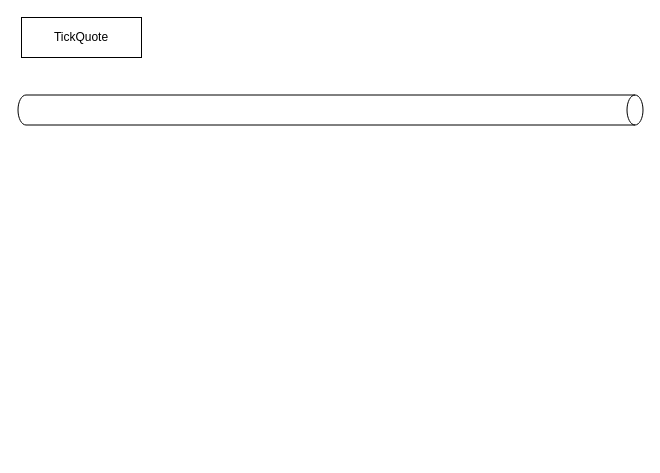
This is ctp-architech.drawio from kylindai/draw.io, a draw.io file, before an edit. Source tidied: cells renumbered, new cells numbered last; positions are measured from the earlier drawing's top-left corner, leaving out a move shared by most shapes. Both pictures are drawn from the tidied source at 100%, with x=0, y=0 at pixel (21, -203).
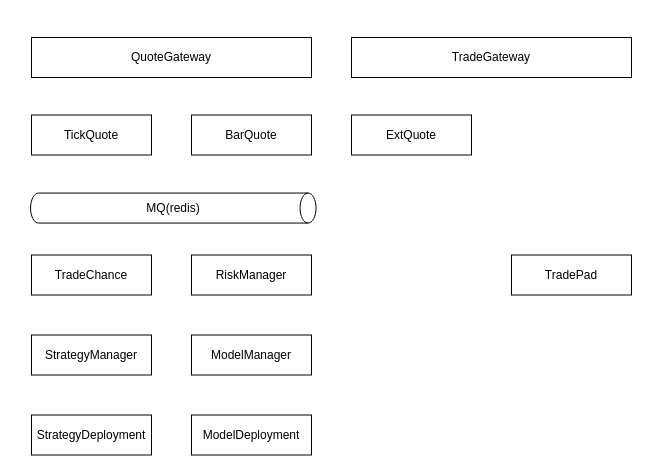
The same diagram, later.

What changed in the source:
```diff
@@
 <mxGraphModel>
   <root>
     <mxCell id="0" />
     <mxCell id="1" parent="0" />
     <mxCell id="2" value="TickQuote" style="rounded=0;whiteSpace=wrap;html=1;" parent="1" vertex="1">
-      <mxGeometry y="220" width="120" height="40" as="geometry" />
+      <mxGeometry x="10" y="317.5" width="120" height="40" as="geometry" />
     </mxCell>
     <mxCell id="3" style="shape=cylinder3;whiteSpace=wrap;html=1;boundedLbl=1;backgroundOutline=1;size=8;rotation=90;" parent="1" vertex="1">
-      <mxGeometry x="294" width="30" height="625" as="geometry" />
+      <mxGeometry x="136.8" y="267.8" width="30" height="285.5" as="geometry" />
     </mxCell>
+    <mxCell id="4" value="MQ(redis)" style="text;html=1;strokeColor=none;fillColor=none;align=center;verticalAlign=middle;whiteSpace=wrap;rounded=0;" parent="1" vertex="1">
+      <mxGeometry x="121.8" y="395.5" width="60" height="30" as="geometry" />
+    </mxCell>
+    <mxCell id="5" value="BarQuote" style="rounded=0;whiteSpace=wrap;html=1;" parent="1" vertex="1">
+      <mxGeometry x="170" y="317.5" width="120" height="40" as="geometry" />
+    </mxCell>
+    <mxCell id="6" value="TradeChance" style="rounded=0;whiteSpace=wrap;html=1;" parent="1" vertex="1">
+      <mxGeometry x="10" y="457.5" width="120" height="40" as="geometry" />
+    </mxCell>
+    <mxCell id="7" value="ExtQuote" style="rounded=0;whiteSpace=wrap;html=1;" parent="1" vertex="1">
+      <mxGeometry x="330" y="317.5" width="120" height="40" as="geometry" />
+    </mxCell>
+    <mxCell id="8" value="RiskManager" style="rounded=0;whiteSpace=wrap;html=1;" parent="1" vertex="1">
+      <mxGeometry x="170" y="457.5" width="120" height="40" as="geometry" />
+    </mxCell>
+    <mxCell id="9" value="StrategyManager" style="rounded=0;whiteSpace=wrap;html=1;" parent="1" vertex="1">
+      <mxGeometry x="10" y="537.5" width="120" height="40" as="geometry" />
+    </mxCell>
+    <mxCell id="10" value="StrategyDeployment" style="rounded=0;whiteSpace=wrap;html=1;" parent="1" vertex="1">
+      <mxGeometry x="10" y="617.5" width="120" height="40" as="geometry" />
+    </mxCell>
+    <mxCell id="11" value="ModelManager" style="rounded=0;whiteSpace=wrap;html=1;" parent="1" vertex="1">
+      <mxGeometry x="170" y="537.5" width="120" height="40" as="geometry" />
+    </mxCell>
+    <mxCell id="12" value="ModelDeployment" style="rounded=0;whiteSpace=wrap;html=1;" parent="1" vertex="1">
+      <mxGeometry x="170" y="617.5" width="120" height="40" as="geometry" />
+    </mxCell>
+    <mxCell id="13" value="TradeGateway" style="rounded=0;whiteSpace=wrap;html=1;" parent="1" vertex="1">
+      <mxGeometry x="330" y="240" width="280" height="40" as="geometry" />
+    </mxCell>
+    <mxCell id="14" value="TradePad" style="rounded=0;whiteSpace=wrap;html=1;" parent="1" vertex="1">
+      <mxGeometry x="490" y="457.5" width="120" height="40" as="geometry" />
+    </mxCell>
+    <mxCell id="15" value="QuoteGateway" style="rounded=0;whiteSpace=wrap;html=1;" parent="1" vertex="1">
+      <mxGeometry x="10" y="240" width="280" height="40" as="geometry" />
+    </mxCell>
   </root>
 </mxGraphModel>
```
